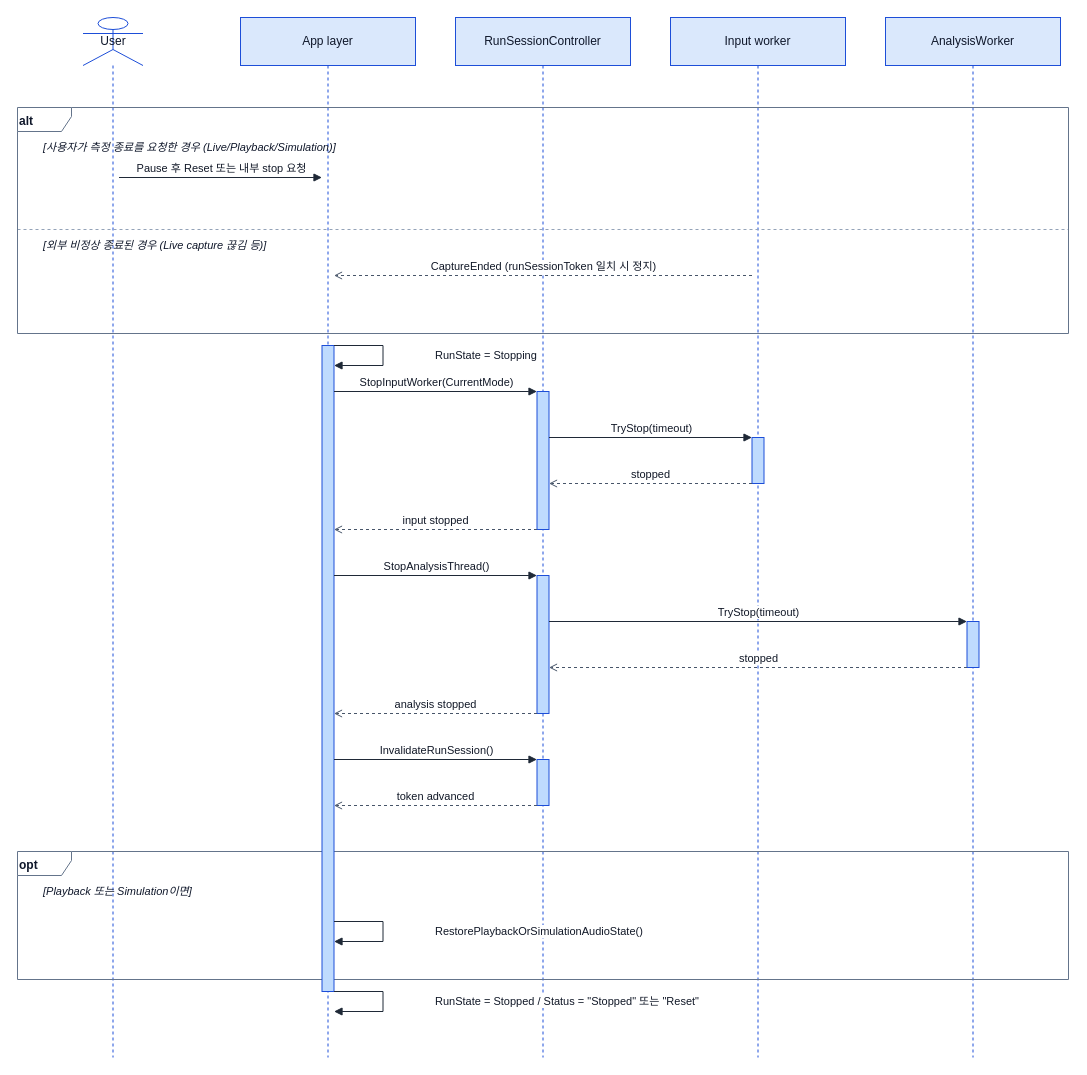
The draw.io diagram page "Level 2.4 · 측정 종료 (사용자 종료 / 외부 비정상 종료)" (5 of 7) of docs/architecture/Sequence/sequence.drawio in Jae-hong-5/TimeGrapher-Net, before the edit. Source tidied: cells renumbered, new cells numbered last; positions are measured from the earlier drawing's top-left corner, leaving out a move shared by most shapes. Both pictures are drawn from the tidied source at 100%, with x=0, y=0 at pixel (17, 17).
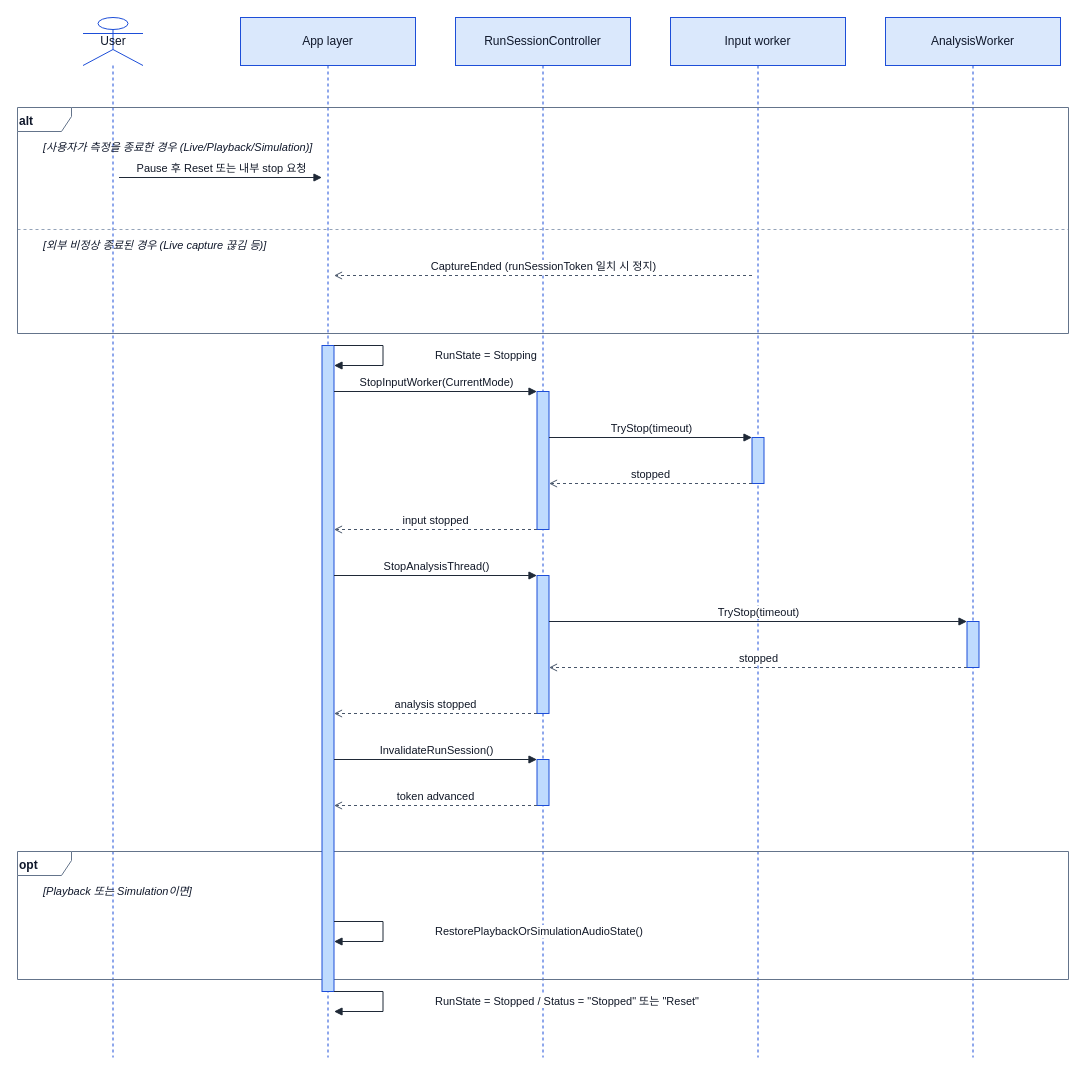
The same page after the edit.

Commit message (it also covers changes not shown here):
docs(sequence): rename "사용자 요청" to "사용자 종료" and add a notation legend

Change to the diagram source:
```diff
@@
-    <mxCell id="31" value="[사용자가 측정 종료를 요청한 경우 (Live/Playback/Simulation)]" style="text;html=1;strokeColor=none;fillColor=none;align=left;verticalAlign=middle;fontSize=11;fontColor=#0f172a;fontStyle=2;" parent="1" vertex="1">
+    <mxCell id="31" value="[사용자가 측정을 종료한 경우 (Live/Playback/Simulation)]" style="text;html=1;strokeColor=none;fillColor=none;align=left;verticalAlign=middle;fontSize=11;fontColor=#0f172a;fontStyle=2;" parent="1" vertex="1">
       <mxGeometry x="24" y="120" width="1011" height="20" as="geometry" />
     </mxCell>
```
